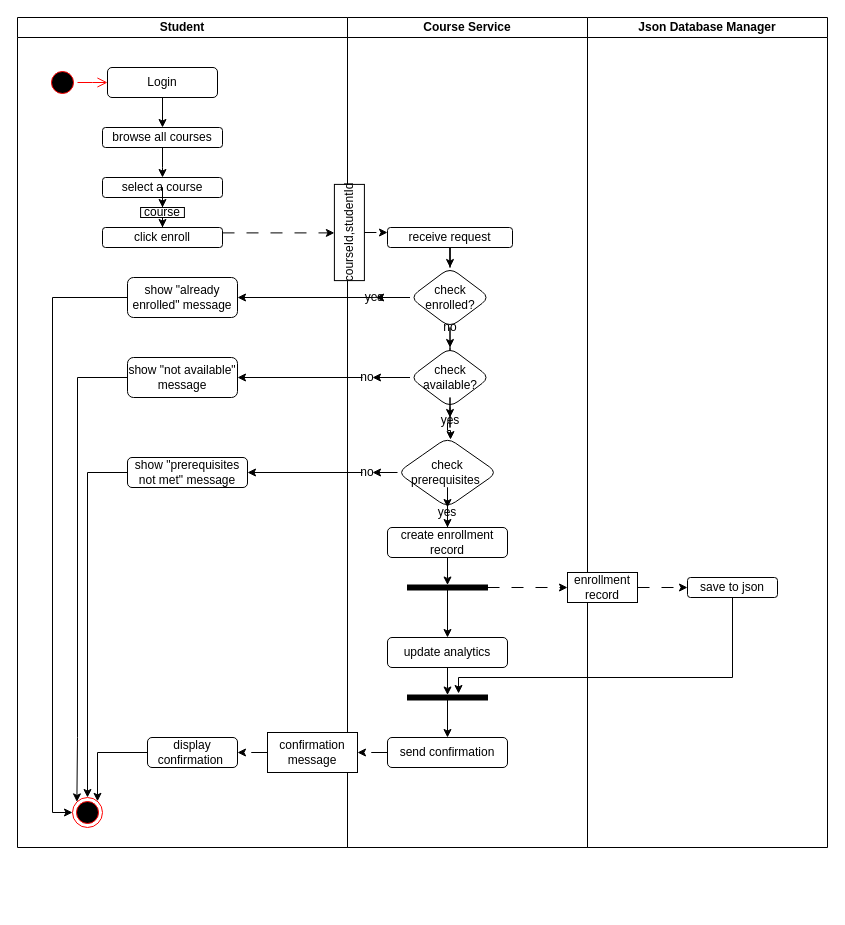
Above: Activity Diagram/Activity Diagram.drawio in sarazaghlool05/lab6 (draw.io), before the change. Source tidied: cells renumbered, new cells numbered last; positions are measured from the earlier drawing's top-left corner, leaving out a move shared by most shapes. Both pictures are drawn from the tidied source at 100%, with x=0, y=0 at pixel (17, 17).
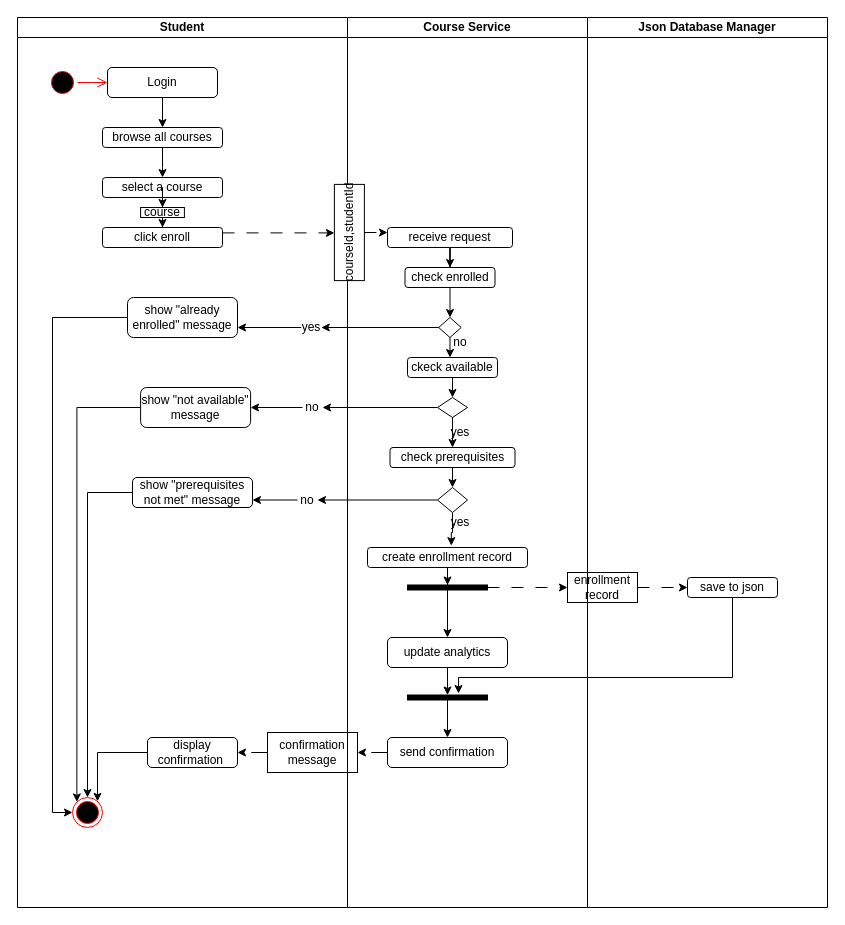
The same diagram, later.

Commit message (it also covers changes not shown here):
updated activity diagram

The change refers to these unchanged cells:
```xml
<mxCell id="11" value="click enroll" style="whiteSpace=wrap;html=1;rounded=1;" parent="2" vertex="1">
  <mxGeometry x="85" y="210" width="120" height="20" as="geometry" />
</mxCell>
<mxCell id="15" value="display confirmation&amp;nbsp;" style="whiteSpace=wrap;html=1;rounded=1;" parent="2" vertex="1">
  <mxGeometry x="130" y="720" width="90" height="30" as="geometry" />
</mxCell>
<mxCell id="16" style="ellipse;html=1;shape=endState;fillColor=#000000;strokeColor=#ff0000;" parent="2" vertex="1">
  <mxGeometry x="55" y="780" width="30" height="30" as="geometry" />
</mxCell>
<mxCell id="18" value="save to json" style="rounded=1;whiteSpace=wrap;html=1;" parent="17" vertex="1">
  <mxGeometry x="100" y="560" width="90" height="20" as="geometry" />
</mxCell>
<mxCell id="21" value="receive request" style="whiteSpace=wrap;html=1;rounded=1;" parent="19" vertex="1">
  <mxGeometry x="40" y="210" width="125" height="20" as="geometry" />
</mxCell>
<mxCell id="38" style="html=1;points=[];perimeter=orthogonalPerimeter;fillColor=strokeColor;rotation=90;" parent="19" vertex="1">
  <mxGeometry x="97.5" y="530" width="5" height="80" as="geometry" />
</mxCell>
<mxCell id="41" value="courseId,studentId" style="rounded=0;whiteSpace=wrap;html=1;rotation=-90;" parent="19" vertex="1">
  <mxGeometry x="-46.2" y="200" width="96.2" height="30" as="geometry" />
</mxCell>
<mxCell id="44" style="html=1;points=[];perimeter=orthogonalPerimeter;fillColor=strokeColor;rotation=90;" parent="19" vertex="1">
  <mxGeometry x="97.5" y="640" width="5" height="80" as="geometry" />
</mxCell>
<mxCell id="45" value="send confirmation" style="rounded=1;whiteSpace=wrap;html=1;" parent="19" vertex="1">
  <mxGeometry x="40" y="720" width="120" height="30" as="geometry" />
</mxCell>
```

What changed in the source:
```diff
@@
     <mxCell id="2" value="Student" style="swimlane;startSize=20;whiteSpace=wrap;html=1;" parent="1" vertex="1">
-      <mxGeometry width="330" height="830" as="geometry" />
+      <mxGeometry width="330" height="890" as="geometry" />
     </mxCell>
@@
+    <mxCell id="25" value="show &quot;already enrolled&quot; message" style="whiteSpace=wrap;html=1;rounded=1;" parent="2" vertex="1">
+      <mxGeometry x="110" y="280" width="110" height="40" as="geometry" />
+    </mxCell>
+    <mxCell id="65" style="edgeStyle=orthogonalEdgeStyle;rounded=0;jettySize=auto;html=1;entryX=0;entryY=0.5;entryDx=0;entryDy=0;" parent="2" edge="1" source="25" target="16">
+      <mxGeometry relative="1" as="geometry" />
+    </mxCell>
+    <mxCell id="34" value="show &quot;prerequisites not met&quot; message" style="whiteSpace=wrap;html=1;rounded=1;" parent="2" vertex="1">
+      <mxGeometry x="115" y="460" width="120" height="30" as="geometry" />
+    </mxCell>
+    <mxCell id="66" style="edgeStyle=orthogonalEdgeStyle;rounded=0;jettySize=auto;html=1;entryX=0.5;entryY=0;entryDx=0;entryDy=0;" parent="2" edge="1" source="34" target="16">
+      <mxGeometry relative="1" as="geometry" />
+    </mxCell>
+    <mxCell id="30" value="show &quot;not available&quot; message" style="whiteSpace=wrap;html=1;rounded=1;" parent="2" vertex="1">
+      <mxGeometry x="123.1" y="370" width="110" height="40" as="geometry" />
+    </mxCell>
+    <mxCell id="64" style="edgeStyle=orthogonalEdgeStyle;rounded=0;jettySize=auto;html=1;entryX=0;entryY=0;entryDx=0;entryDy=0;" parent="2" edge="1" source="30" target="16">
+      <mxGeometry relative="1" as="geometry">
+        <Array as="points">
+          <mxPoint x="59" y="390" />
+        </Array>
+      </mxGeometry>
+    </mxCell>
     <mxCell id="17" value="Json Database Manager" style="swimlane;startSize=20;whiteSpace=wrap;html=1;" parent="1" vertex="1">
-      <mxGeometry x="570" width="240" height="830" as="geometry" />
+      <mxGeometry x="570" width="240" height="890" as="geometry" />
     </mxCell>
@@
+    <mxCell id="56" style="edgeStyle=orthogonalEdgeStyle;rounded=0;jettySize=auto;html=1;entryX=0;entryY=0.5;entryDx=0;entryDy=0;dashed=1;dashPattern=12 12;" parent="17" edge="1" source="58" target="18">
+      <mxGeometry relative="1" as="geometry" />
+    </mxCell>
+    <mxCell id="58" value="enrollment record" style="rounded=0;whiteSpace=wrap;html=1;" parent="17" vertex="1">
+      <mxGeometry x="-20" y="555" width="70" height="30" as="geometry" />
+    </mxCell>
+    <mxCell id="60" style="edgeStyle=orthogonalEdgeStyle;rounded=0;jettySize=auto;html=1;dashed=1;dashPattern=12 12;" parent="1" edge="1" source="11" target="41">
+      <mxGeometry relative="1" as="geometry">
+        <Array as="points">
+          <mxPoint x="310" y="220" />
+          <mxPoint x="310" y="220" />
+        </Array>
+      </mxGeometry>
+    </mxCell>
+    <mxCell id="61" style="edgeStyle=orthogonalEdgeStyle;rounded=0;jettySize=auto;html=1;dashed=1;dashPattern=12 12;" parent="1" edge="1" source="63" target="15">
+      <mxGeometry relative="1" as="geometry" />
+    </mxCell>
+    <mxCell id="62" style="edgeStyle=orthogonalEdgeStyle;rounded=0;jettySize=auto;html=1;dashed=1;dashPattern=12 12;" parent="1" edge="1" source="45" target="63">
+      <mxGeometry relative="1" as="geometry" />
+    </mxCell>
+    <mxCell id="63" value="confirmation message" style="rounded=0;whiteSpace=wrap;html=1;" parent="1" vertex="1">
+      <mxGeometry x="250" y="715" width="90" height="40" as="geometry" />
+    </mxCell>
+    <mxCell id="67" style="edgeStyle=orthogonalEdgeStyle;rounded=0;jettySize=auto;html=1;entryX=1;entryY=0.75;entryDx=0;entryDy=0;" parent="1" edge="1" source="84" target="25">
+      <mxGeometry relative="1" as="geometry" />
+    </mxCell>
-    <mxCell id="19" value="Course Service" style="swimlane;startSize=20;whiteSpace=wrap;html=1;" parent="17" vertex="1">
-      <mxGeometry x="-240" width="240" height="830" as="geometry" />
+    <mxCell id="19" value="Course Service" style="swimlane;startSize=20;whiteSpace=wrap;html=1;" parent="1" vertex="1">
+      <mxGeometry x="330" width="240" height="890" as="geometry" />
     </mxCell>
-    <mxCell id="20" style="edgeStyle=orthogonalEdgeStyle;rounded=0;jettySize=auto;html=1;" parent="19" edge="1" source="21" target="24">
-      <mxGeometry relative="1" as="geometry" />
-    </mxCell>
+    <mxCell id="68" style="edgeStyle=orthogonalEdgeStyle;rounded=0;jettySize=auto;html=1;" parent="19" edge="1" source="21" target="70">
+      <mxGeometry relative="1" as="geometry" />
+    </mxCell>
@@
-    <mxCell id="22" style="edgeStyle=orthogonalEdgeStyle;rounded=0;jettySize=auto;html=1;" parent="19" edge="1" source="48" target="25">
-      <mxGeometry relative="1" as="geometry" />
-    </mxCell>
-    <mxCell id="23" style="edgeStyle=orthogonalEdgeStyle;rounded=0;jettySize=auto;html=1;" parent="19" edge="1" source="29" target="28">
-      <mxGeometry relative="1" as="geometry" />
-    </mxCell>
-    <mxCell id="24" value="check enrolled?" style="rhombus;whiteSpace=wrap;html=1;rounded=1;" parent="19" vertex="1">
-      <mxGeometry x="62.5" y="250" width="80" height="60" as="geometry" />
-    </mxCell>
-    <mxCell id="25" value="show &quot;already enrolled&quot; message" style="whiteSpace=wrap;html=1;rounded=1;" parent="19" vertex="1">
-      <mxGeometry x="-220" y="260" width="110" height="40" as="geometry" />
-    </mxCell>
-    <mxCell id="26" style="edgeStyle=orthogonalEdgeStyle;rounded=0;jettySize=auto;html=1;" parent="19" edge="1" source="47" target="30">
-      <mxGeometry relative="1" as="geometry" />
-    </mxCell>
-    <mxCell id="27" style="edgeStyle=orthogonalEdgeStyle;rounded=0;jettySize=auto;html=1;" parent="19" edge="1" source="55" target="33">
-      <mxGeometry relative="1" as="geometry">
-        <Array as="points">
-          <mxPoint x="100" y="413" />
-          <mxPoint x="103" y="413" />
-        </Array>
-      </mxGeometry>
-    </mxCell>
-    <mxCell id="28" value="check available?" style="rhombus;whiteSpace=wrap;html=1;rounded=1;" parent="19" vertex="1">
-      <mxGeometry x="62.5" y="330" width="80" height="60" as="geometry" />
-    </mxCell>
-    <mxCell id="29" value="no" style="text;html=1;whiteSpace=wrap;strokeColor=none;fillColor=none;align=center;verticalAlign=middle;rounded=0;" parent="19" vertex="1">
-      <mxGeometry x="72.5" y="290" width="60" height="40" as="geometry" />
-    </mxCell>
-    <mxCell id="30" value="show &quot;not available&quot; message" style="whiteSpace=wrap;html=1;rounded=1;" parent="19" vertex="1">
-      <mxGeometry x="-220" y="340" width="110" height="40" as="geometry" />
-    </mxCell>
-    <mxCell id="31" style="edgeStyle=orthogonalEdgeStyle;rounded=0;jettySize=auto;html=1;" parent="19" edge="1" source="50" target="34">
-      <mxGeometry relative="1" as="geometry" />
-    </mxCell>
-    <mxCell id="32" style="edgeStyle=orthogonalEdgeStyle;rounded=0;jettySize=auto;html=1;" parent="19" edge="1" source="53" target="36">
-      <mxGeometry relative="1" as="geometry" />
-    </mxCell>
-    <mxCell id="33" value="check prerequisites&amp;nbsp;" style="rhombus;whiteSpace=wrap;html=1;rounded=1;" parent="19" vertex="1">
-      <mxGeometry x="50" y="420" width="100" height="70" as="geometry" />
-    </mxCell>
-    <mxCell id="34" value="show &quot;prerequisites not met&quot; message" style="whiteSpace=wrap;html=1;rounded=1;" parent="19" vertex="1">
-      <mxGeometry x="-220" y="440" width="120" height="30" as="geometry" />
-    </mxCell>
@@
     <mxCell id="36" value="create enrollment record" style="whiteSpace=wrap;html=1;rounded=1;" parent="19" vertex="1">
-      <mxGeometry x="40" y="510" width="120" height="30" as="geometry" />
+      <mxGeometry x="20" y="530" width="160" height="20" as="geometry" />
     </mxCell>
@@
-    <mxCell id="46" style="edgeStyle=orthogonalEdgeStyle;rounded=0;jettySize=auto;html=1;" parent="19" edge="1" source="28" target="47">
-      <mxGeometry relative="1" as="geometry" />
-    </mxCell>
-    <mxCell id="47" value="no" style="text;html=1;whiteSpace=wrap;strokeColor=none;fillColor=none;align=center;verticalAlign=middle;rounded=0;" parent="19" vertex="1">
-      <mxGeometry x="15" y="355" width="10" height="10" as="geometry" />
-    </mxCell>
-    <mxCell id="48" value="yes" style="text;html=1;whiteSpace=wrap;strokeColor=none;fillColor=none;align=center;verticalAlign=middle;rounded=0;" parent="19" vertex="1">
-      <mxGeometry x="25" y="275" width="3.1" height="10" as="geometry" />
-    </mxCell>
-    <mxCell id="49" style="edgeStyle=orthogonalEdgeStyle;rounded=0;jettySize=auto;html=1;" parent="19" edge="1" source="24" target="48">
-      <mxGeometry relative="1" as="geometry" />
-    </mxCell>
-    <mxCell id="50" value="no" style="text;html=1;whiteSpace=wrap;strokeColor=none;fillColor=none;align=center;verticalAlign=middle;rounded=0;" parent="19" vertex="1">
-      <mxGeometry x="15" y="450" width="10" height="10" as="geometry" />
-    </mxCell>
-    <mxCell id="51" style="edgeStyle=orthogonalEdgeStyle;rounded=0;jettySize=auto;html=1;" parent="19" edge="1" source="33" target="50">
-      <mxGeometry relative="1" as="geometry" />
-    </mxCell>
-    <mxCell id="52" style="edgeStyle=orthogonalEdgeStyle;rounded=0;jettySize=auto;html=1;" parent="19" edge="1" source="33" target="53">
-      <mxGeometry relative="1" as="geometry" />
-    </mxCell>
-    <mxCell id="53" value="yes" style="text;html=1;whiteSpace=wrap;strokeColor=none;fillColor=none;align=center;verticalAlign=middle;rounded=0;" parent="19" vertex="1">
-      <mxGeometry x="90" y="490" width="20" height="10" as="geometry" />
-    </mxCell>
-    <mxCell id="54" style="edgeStyle=orthogonalEdgeStyle;rounded=0;jettySize=auto;html=1;" parent="19" edge="1" source="28" target="55">
-      <mxGeometry relative="1" as="geometry" />
-    </mxCell>
-    <mxCell id="55" value="yes" style="text;html=1;whiteSpace=wrap;strokeColor=none;fillColor=none;align=center;verticalAlign=middle;rounded=0;" parent="19" vertex="1">
-      <mxGeometry x="97.5" y="400" width="10" height="5" as="geometry" />
-    </mxCell>
-    <mxCell id="56" style="edgeStyle=orthogonalEdgeStyle;rounded=0;jettySize=auto;html=1;entryX=0;entryY=0.5;entryDx=0;entryDy=0;dashed=1;dashPattern=12 12;" parent="17" edge="1" source="58" target="18">
-      <mxGeometry relative="1" as="geometry" />
-    </mxCell>
+    <mxCell id="69" style="edgeStyle=orthogonalEdgeStyle;rounded=0;jettySize=auto;html=1;" parent="19" edge="1" source="70" target="72">
+      <mxGeometry relative="1" as="geometry" />
+    </mxCell>
+    <mxCell id="70" value="check enrolled" style="rounded=1;whiteSpace=wrap;html=1;" parent="19" vertex="1">
+      <mxGeometry x="57.5" y="250" width="90" height="20" as="geometry" />
+    </mxCell>
+    <mxCell id="71" style="edgeStyle=orthogonalEdgeStyle;rounded=0;jettySize=auto;html=1;" parent="19" edge="1" source="72">
+      <mxGeometry relative="1" as="geometry">
+        <mxPoint x="102.5" y="340" as="targetPoint" />
+      </mxGeometry>
+    </mxCell>
+    <mxCell id="72" style="rhombus;whiteSpace=wrap;html=1;" parent="19" vertex="1">
+      <mxGeometry x="91.2" y="300" width="22.5" height="20" as="geometry" />
+    </mxCell>
+    <mxCell id="73" style="edgeStyle=orthogonalEdgeStyle;rounded=0;jettySize=auto;html=1;" parent="19" edge="1" source="74">
+      <mxGeometry relative="1" as="geometry">
+        <mxPoint x="105" y="380" as="targetPoint" />
+      </mxGeometry>
+    </mxCell>
+    <mxCell id="74" value="ckeck available" style="rounded=1;whiteSpace=wrap;html=1;" parent="19" vertex="1">
+      <mxGeometry x="60" y="340" width="90" height="20" as="geometry" />
+    </mxCell>
+    <mxCell id="75" style="rhombus;whiteSpace=wrap;html=1;" parent="19" vertex="1">
+      <mxGeometry x="90" y="380" width="30" height="20" as="geometry" />
+    </mxCell>
+    <mxCell id="76" style="edgeStyle=orthogonalEdgeStyle;rounded=0;jettySize=auto;html=1;" parent="19" edge="1" source="33">
+      <mxGeometry relative="1" as="geometry">
+        <mxPoint x="105" y="470" as="targetPoint" />
+      </mxGeometry>
+    </mxCell>
+    <mxCell id="33" value="check prerequisites" style="rounded=1;whiteSpace=wrap;html=1;" parent="19" vertex="1">
+      <mxGeometry x="42.5" y="430" width="125" height="20" as="geometry" />
+    </mxCell>
+    <mxCell id="77" style="edgeStyle=orthogonalEdgeStyle;rounded=0;jettySize=auto;html=1;" parent="19" edge="1" source="75" target="33">
+      <mxGeometry relative="1" as="geometry" />
+    </mxCell>
+    <mxCell id="78" style="edgeStyle=orthogonalEdgeStyle;rounded=0;jettySize=auto;html=1;entryX=0.524;entryY=-0.093;entryDx=0;entryDy=0;entryPerimeter=0;" parent="19" edge="1" source="79" target="36">
+      <mxGeometry relative="1" as="geometry">
+        <Array as="points">
+          <mxPoint x="105" y="515" />
+          <mxPoint x="104" y="515" />
+        </Array>
+      </mxGeometry>
+    </mxCell>
+    <mxCell id="79" style="rhombus;whiteSpace=wrap;html=1;" parent="19" vertex="1">
+      <mxGeometry x="90" y="470" width="30" height="25" as="geometry" />
+    </mxCell>
+    <mxCell id="80" value="no" style="text;html=1;whiteSpace=wrap;strokeColor=none;fillColor=none;align=center;verticalAlign=middle;rounded=0;" parent="19" vertex="1">
+      <mxGeometry x="102.5" y="320" width="20" height="10" as="geometry" />
+    </mxCell>
+    <mxCell id="81" value="yes" style="text;html=1;whiteSpace=wrap;strokeColor=none;fillColor=none;align=center;verticalAlign=middle;rounded=0;" parent="19" vertex="1">
+      <mxGeometry x="102.5" y="410" width="20" height="10" as="geometry" />
+    </mxCell>
+    <mxCell id="82" value="yes" style="text;html=1;whiteSpace=wrap;strokeColor=none;fillColor=none;align=center;verticalAlign=middle;rounded=0;" parent="19" vertex="1">
+      <mxGeometry x="102.5" y="500" width="20" height="10" as="geometry" />
+    </mxCell>
-    <mxCell id="57" style="edgeStyle=orthogonalEdgeStyle;rounded=0;jettySize=auto;html=1;entryX=0;entryY=0.5;entryDx=0;entryDy=0;dashed=1;dashPattern=12 12;" parent="17" edge="1" source="38" target="58">
+    <mxCell id="57" style="edgeStyle=orthogonalEdgeStyle;rounded=0;jettySize=auto;html=1;entryX=0;entryY=0.5;entryDx=0;entryDy=0;dashed=1;dashPattern=12 12;" parent="1" edge="1" source="38" target="58">
       <mxGeometry relative="1" as="geometry">
         <Array as="points">
-          <mxPoint x="-100" y="570" />
+          <mxPoint x="470" y="570" />
         </Array>
       </mxGeometry>
     </mxCell>
-    <mxCell id="58" value="enrollment record" style="rounded=0;whiteSpace=wrap;html=1;" parent="17" vertex="1">
-      <mxGeometry x="-20" y="555" width="70" height="30" as="geometry" />
-    </mxCell>
-    <mxCell id="59" style="edgeStyle=orthogonalEdgeStyle;rounded=0;jettySize=auto;html=1;entryX=-0.3;entryY=0.362;entryDx=0;entryDy=0;entryPerimeter=0;" parent="17" edge="1" source="18" target="44">
+    <mxCell id="59" style="edgeStyle=orthogonalEdgeStyle;rounded=0;jettySize=auto;html=1;entryX=-0.3;entryY=0.362;entryDx=0;entryDy=0;entryPerimeter=0;" parent="1" edge="1" source="18" target="44">
       <mxGeometry relative="1" as="geometry">
         <Array as="points">
-          <mxPoint x="145" y="660" />
-          <mxPoint x="-129" y="660" />
+          <mxPoint x="715" y="660" />
+          <mxPoint x="441" y="660" />
         </Array>
       </mxGeometry>
     </mxCell>
-    <mxCell id="60" style="edgeStyle=orthogonalEdgeStyle;rounded=0;jettySize=auto;html=1;dashed=1;dashPattern=12 12;" parent="1" edge="1" source="11" target="41">
-      <mxGeometry relative="1" as="geometry">
-        <Array as="points">
-          <mxPoint x="310" y="220" />
-          <mxPoint x="310" y="220" />
-        </Array>
-      </mxGeometry>
-    </mxCell>
-    <mxCell id="61" style="edgeStyle=orthogonalEdgeStyle;rounded=0;jettySize=auto;html=1;dashed=1;dashPattern=12 12;" parent="1" edge="1" source="63" target="15">
-      <mxGeometry relative="1" as="geometry" />
-    </mxCell>
-    <mxCell id="62" style="edgeStyle=orthogonalEdgeStyle;rounded=0;jettySize=auto;html=1;dashed=1;dashPattern=12 12;" parent="1" edge="1" source="45" target="63">
-      <mxGeometry relative="1" as="geometry" />
-    </mxCell>
-    <mxCell id="63" value="confirmation message" style="rounded=0;whiteSpace=wrap;html=1;" parent="1" vertex="1">
-      <mxGeometry x="250" y="715" width="90" height="40" as="geometry" />
-    </mxCell>
-    <mxCell id="64" style="edgeStyle=orthogonalEdgeStyle;rounded=0;jettySize=auto;html=1;entryX=0;entryY=0;entryDx=0;entryDy=0;" parent="1" edge="1" source="30" target="16">
-      <mxGeometry relative="1" as="geometry">
-        <Array as="points">
-          <mxPoint x="60" y="360" />
-          <mxPoint x="60" y="720" />
-        </Array>
-      </mxGeometry>
-    </mxCell>
-    <mxCell id="65" style="edgeStyle=orthogonalEdgeStyle;rounded=0;jettySize=auto;html=1;entryX=0;entryY=0.5;entryDx=0;entryDy=0;" parent="1" edge="1" source="25" target="16">
-      <mxGeometry relative="1" as="geometry" />
-    </mxCell>
-    <mxCell id="66" style="edgeStyle=orthogonalEdgeStyle;rounded=0;jettySize=auto;html=1;entryX=0.5;entryY=0;entryDx=0;entryDy=0;" parent="1" edge="1" source="34" target="16">
-      <mxGeometry relative="1" as="geometry" />
-    </mxCell>
+    <mxCell id="83" style="edgeStyle=orthogonalEdgeStyle;rounded=0;jettySize=auto;html=1;entryX=1;entryY=0.5;entryDx=0;entryDy=0;" parent="1" edge="1" source="72" target="84">
+      <mxGeometry relative="1" as="geometry" />
+    </mxCell>
+    <mxCell id="84" value="yes" style="text;html=1;whiteSpace=wrap;strokeColor=none;fillColor=none;align=center;verticalAlign=middle;rounded=0;" parent="1" vertex="1">
+      <mxGeometry x="283.8" y="300" width="20" height="20" as="geometry" />
+    </mxCell>
+    <mxCell id="85" style="edgeStyle=orthogonalEdgeStyle;rounded=0;jettySize=auto;html=1;entryX=1;entryY=0.5;entryDx=0;entryDy=0;" parent="1" edge="1" source="88" target="30">
+      <mxGeometry relative="1" as="geometry" />
+    </mxCell>
+    <mxCell id="86" style="edgeStyle=orthogonalEdgeStyle;rounded=0;jettySize=auto;html=1;entryX=1;entryY=0.75;entryDx=0;entryDy=0;" parent="1" edge="1" source="90" target="34">
+      <mxGeometry relative="1" as="geometry" />
+    </mxCell>
+    <mxCell id="87" style="edgeStyle=orthogonalEdgeStyle;rounded=0;jettySize=auto;html=1;entryX=1;entryY=0.5;entryDx=0;entryDy=0;" parent="1" edge="1" source="75" target="88">
+      <mxGeometry relative="1" as="geometry" />
+    </mxCell>
+    <mxCell id="88" value="no" style="text;html=1;whiteSpace=wrap;strokeColor=none;fillColor=none;align=center;verticalAlign=middle;rounded=0;" parent="1" vertex="1">
+      <mxGeometry x="285" y="380" width="20" height="20" as="geometry" />
+    </mxCell>
+    <mxCell id="89" style="edgeStyle=orthogonalEdgeStyle;rounded=0;jettySize=auto;html=1;entryX=1;entryY=0.5;entryDx=0;entryDy=0;" parent="1" edge="1" source="79" target="90">
+      <mxGeometry relative="1" as="geometry" />
+    </mxCell>
+    <mxCell id="90" value="no" style="text;html=1;whiteSpace=wrap;strokeColor=none;fillColor=none;align=center;verticalAlign=middle;rounded=0;" parent="1" vertex="1">
+      <mxGeometry x="280" y="472.5" width="20" height="20" as="geometry" />
+    </mxCell>
```
